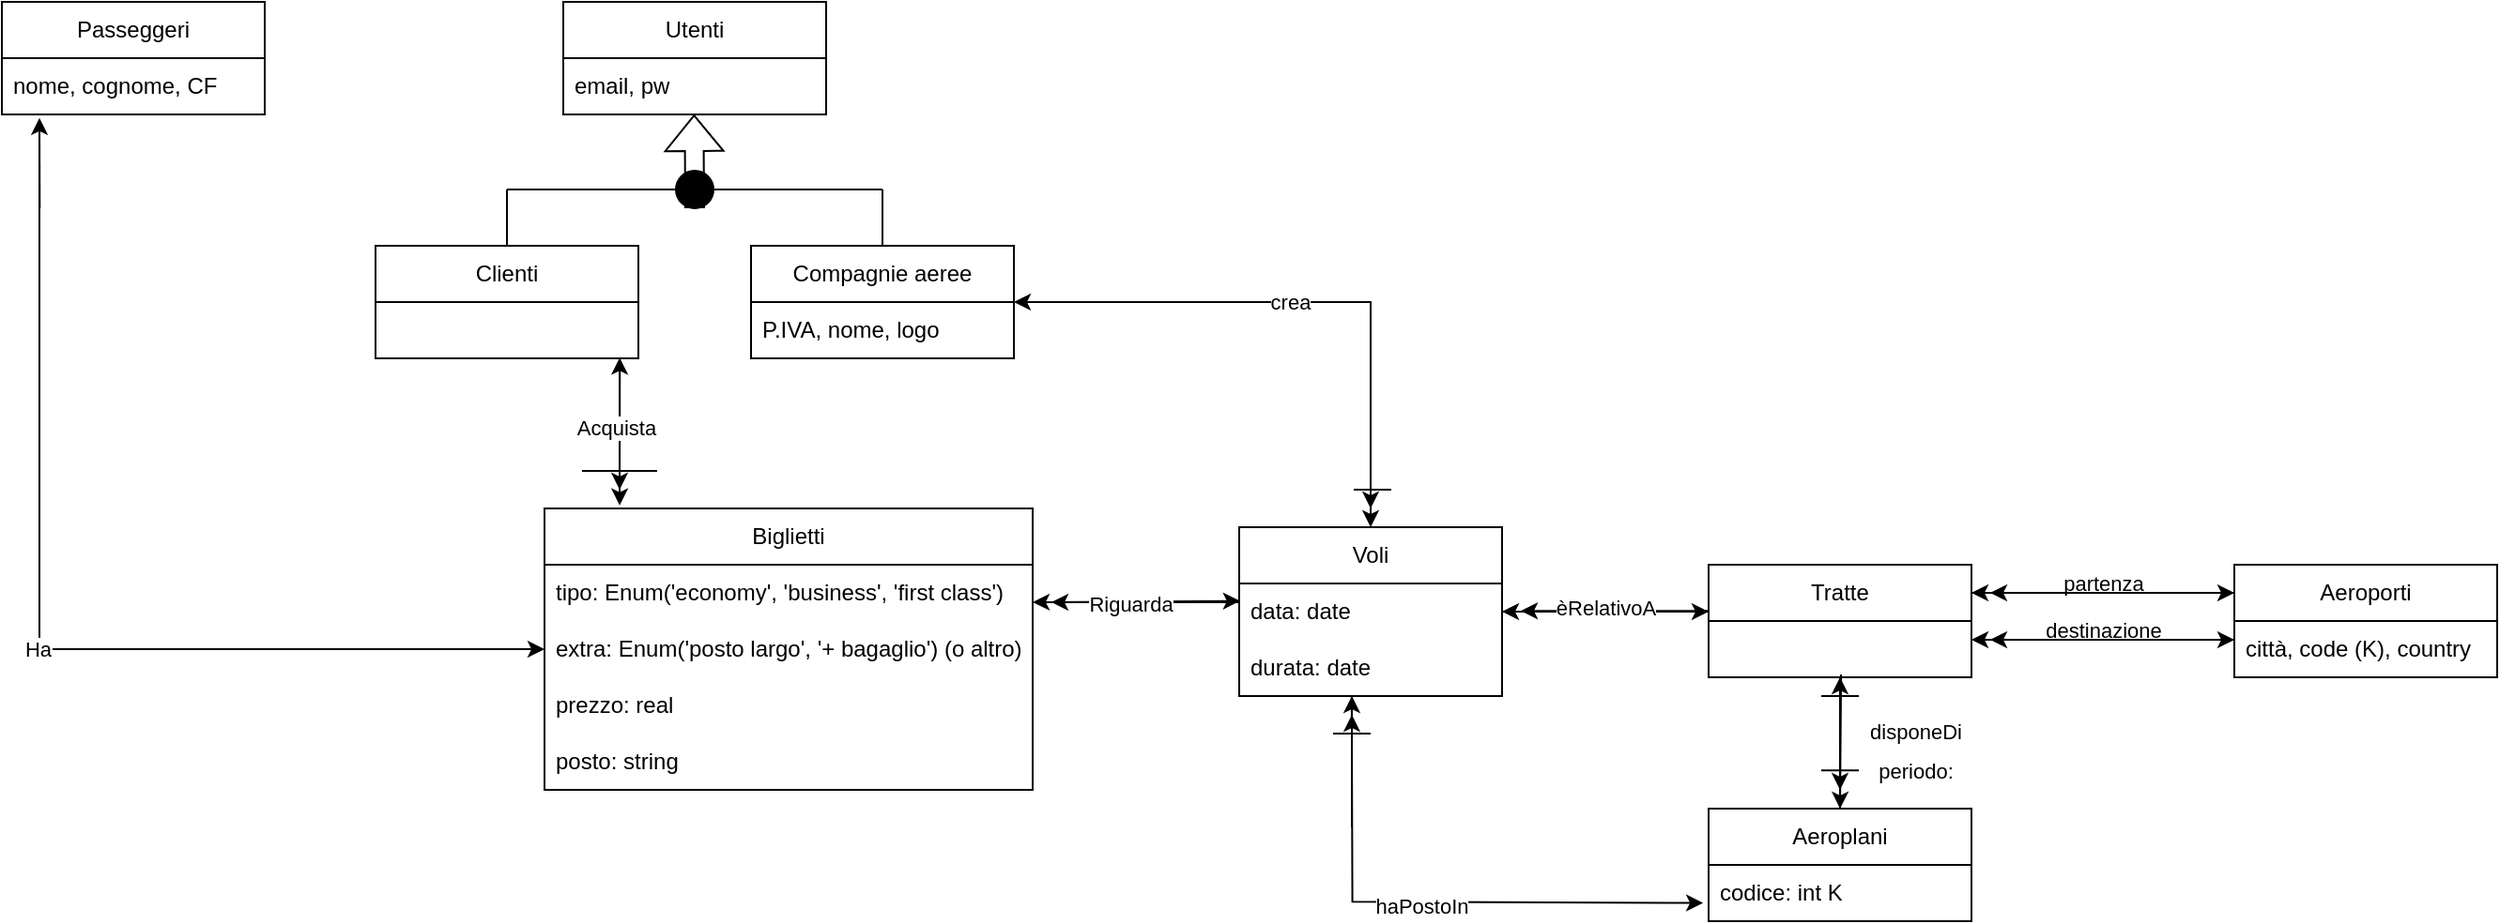
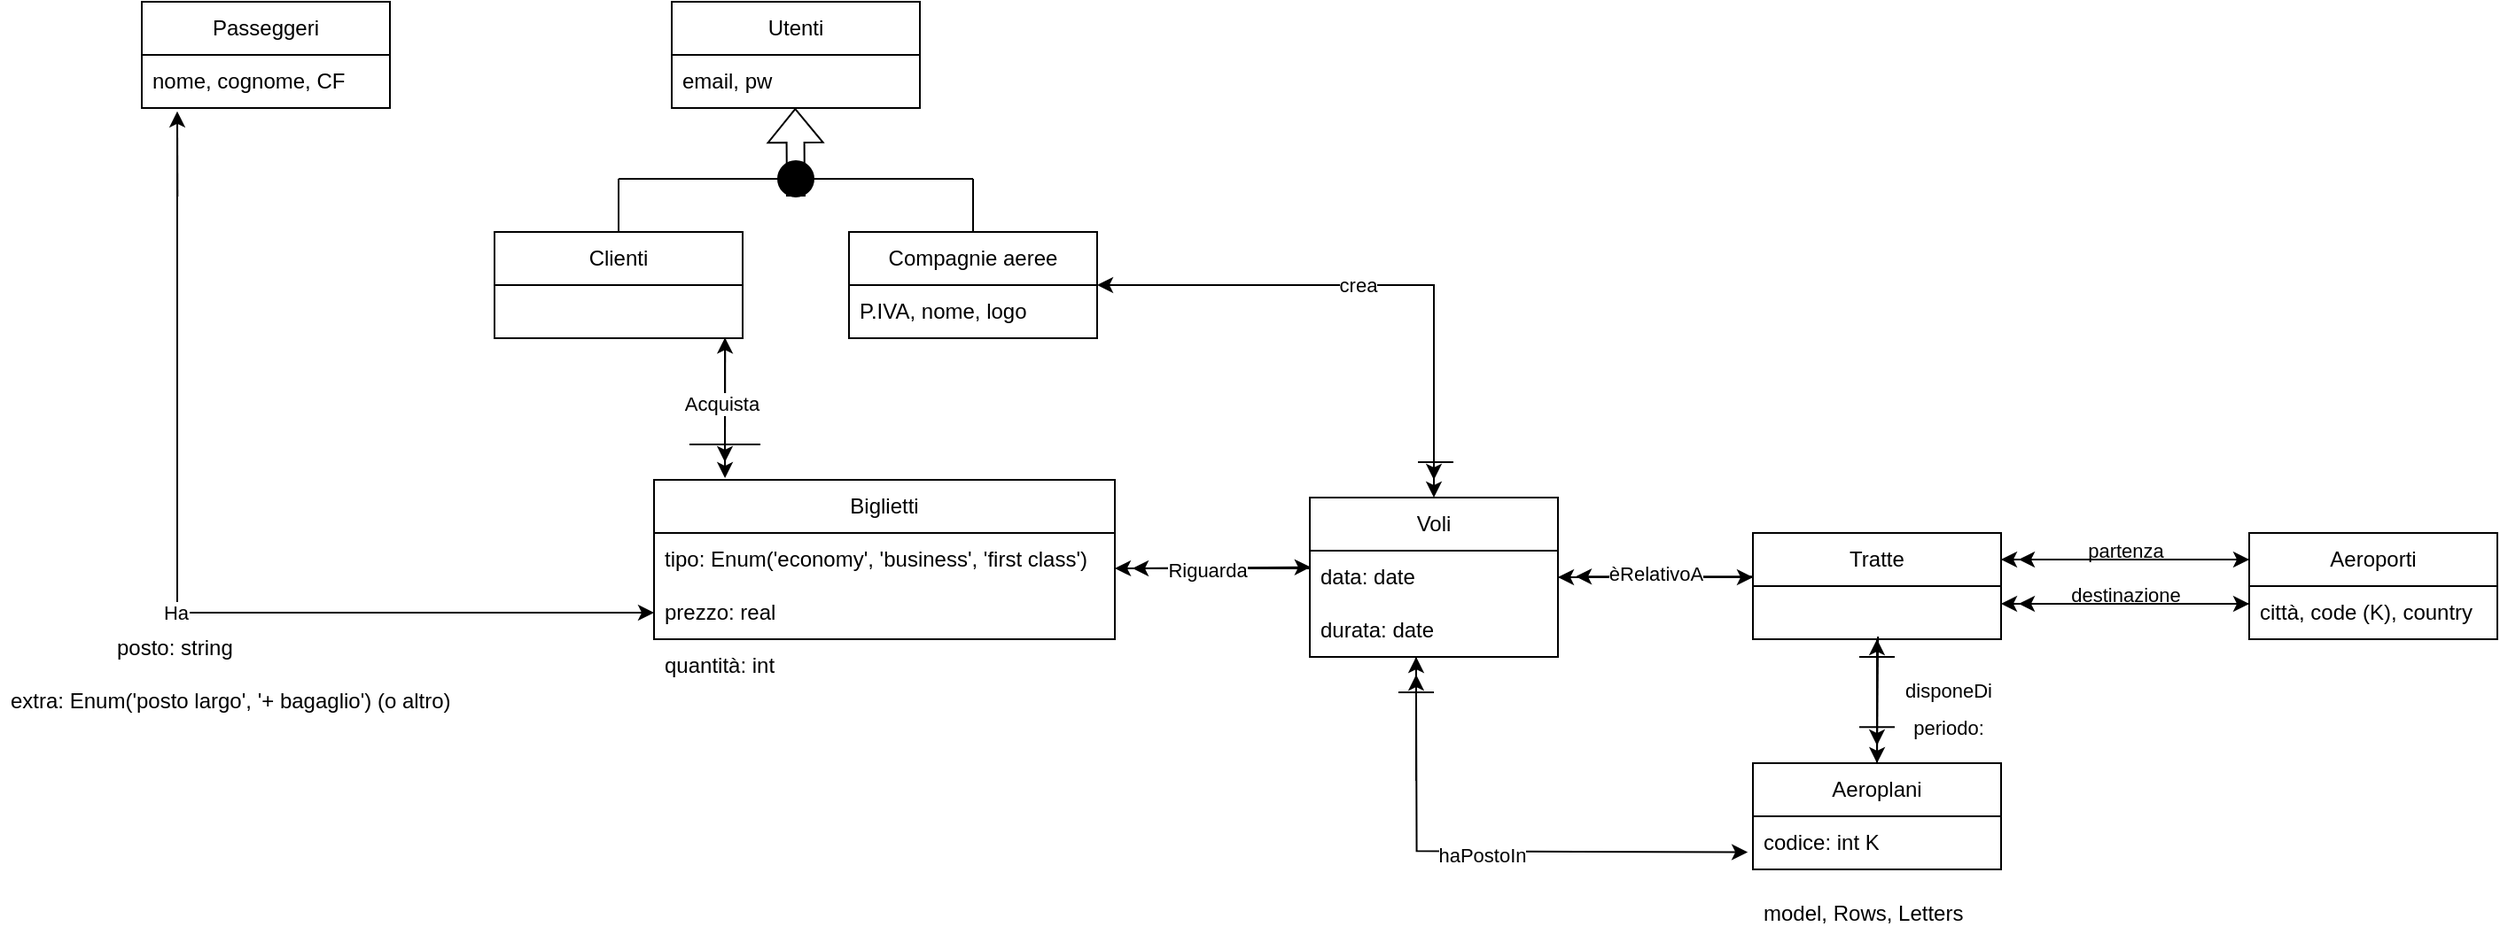
<mxfile host="65bd71144e">
    <diagram name="Pagina-1" id="Y2F9K8NCZ-bAOCw_idQH">
-         <mxGraphModel dx="1955" dy="1866" grid="1" gridSize="10" guides="1" tooltips="1" connect="1" arrows="1" fold="1" page="1" pageScale="1" pageWidth="1169" pageHeight="827" background="none" math="0" shadow="0">
+         <mxGraphModel dx="3238" dy="2032" grid="1" gridSize="10" guides="1" tooltips="1" connect="1" arrows="1" fold="1" page="1" pageScale="1" pageWidth="1169" pageHeight="827" background="none" math="0" shadow="0">
            <root>
                <mxCell id="0"/>
                <mxCell id="1" parent="0"/>
                <mxCell id="_ETjs5SsKa_0tdBlZnar-3" value="Utenti" style="swimlane;fontStyle=0;childLayout=stackLayout;horizontal=1;startSize=30;horizontalStack=0;resizeParent=1;resizeParentMax=0;resizeLast=0;collapsible=1;marginBottom=0;whiteSpace=wrap;html=1;" parent="1" vertex="1">
                    <mxGeometry x="119" y="-1600" width="140" height="60" as="geometry"/>
                </mxCell>
                <mxCell id="_ETjs5SsKa_0tdBlZnar-4" value="email, pw" style="text;strokeColor=none;fillColor=none;align=left;verticalAlign=middle;spacingLeft=4;spacingRight=4;overflow=hidden;points=[[0,0.5],[1,0.5]];portConstraint=eastwest;rotatable=0;whiteSpace=wrap;html=1;" parent="_ETjs5SsKa_0tdBlZnar-3" vertex="1">
                    <mxGeometry y="30" width="140" height="30" as="geometry"/>
                </mxCell>
                <mxCell id="_ETjs5SsKa_0tdBlZnar-15" value="Clienti" style="swimlane;fontStyle=0;childLayout=stackLayout;horizontal=1;startSize=30;horizontalStack=0;resizeParent=1;resizeParentMax=0;resizeLast=0;collapsible=1;marginBottom=0;whiteSpace=wrap;html=1;" parent="1" vertex="1">
                    <mxGeometry x="19" y="-1470" width="140" height="60" as="geometry"/>
                </mxCell>
                <mxCell id="_ETjs5SsKa_0tdBlZnar-17" value="Compagnie aeree" style="swimlane;fontStyle=0;childLayout=stackLayout;horizontal=1;startSize=30;horizontalStack=0;resizeParent=1;resizeParentMax=0;resizeLast=0;collapsible=1;marginBottom=0;whiteSpace=wrap;html=1;" parent="1" vertex="1">
                    <mxGeometry x="219" y="-1470" width="140" height="60" as="geometry"/>
                </mxCell>
                <mxCell id="_ETjs5SsKa_0tdBlZnar-18" value="P.IVA, nome, logo" style="text;strokeColor=none;fillColor=none;align=left;verticalAlign=middle;spacingLeft=4;spacingRight=4;overflow=hidden;points=[[0,0.5],[1,0.5]];portConstraint=eastwest;rotatable=0;whiteSpace=wrap;html=1;" parent="_ETjs5SsKa_0tdBlZnar-17" vertex="1">
                    <mxGeometry y="30" width="140" height="30" as="geometry"/>
                </mxCell>
                <mxCell id="_ETjs5SsKa_0tdBlZnar-19" value="Tratte" style="swimlane;fontStyle=0;childLayout=stackLayout;horizontal=1;startSize=30;horizontalStack=0;resizeParent=1;resizeParentMax=0;resizeLast=0;collapsible=1;marginBottom=0;whiteSpace=wrap;html=1;" parent="1" vertex="1">
                    <mxGeometry x="729" y="-1300" width="140" height="60" as="geometry"/>
                </mxCell>
                <mxCell id="_ETjs5SsKa_0tdBlZnar-21" value="Aeroplani" style="swimlane;fontStyle=0;childLayout=stackLayout;horizontal=1;startSize=30;horizontalStack=0;resizeParent=1;resizeParentMax=0;resizeLast=0;collapsible=1;marginBottom=0;whiteSpace=wrap;html=1;" parent="1" vertex="1">
                    <mxGeometry x="729" y="-1170" width="140" height="60" as="geometry"/>
                </mxCell>
                <mxCell id="_ETjs5SsKa_0tdBlZnar-22" value="codice: int K" style="text;strokeColor=none;fillColor=none;align=left;verticalAlign=middle;spacingLeft=4;spacingRight=4;overflow=hidden;points=[[0,0.5],[1,0.5]];portConstraint=eastwest;rotatable=0;whiteSpace=wrap;html=1;" parent="_ETjs5SsKa_0tdBlZnar-21" vertex="1">
                    <mxGeometry y="30" width="140" height="30" as="geometry"/>
                </mxCell>
                <mxCell id="_ETjs5SsKa_0tdBlZnar-23" value="Aeroporti" style="swimlane;fontStyle=0;childLayout=stackLayout;horizontal=1;startSize=30;horizontalStack=0;resizeParent=1;resizeParentMax=0;resizeLast=0;collapsible=1;marginBottom=0;whiteSpace=wrap;html=1;" parent="1" vertex="1">
                    <mxGeometry x="1009" y="-1300" width="140" height="60" as="geometry"/>
                </mxCell>
                <mxCell id="_ETjs5SsKa_0tdBlZnar-24" value="città, code (K), country" style="text;strokeColor=none;fillColor=none;align=left;verticalAlign=middle;spacingLeft=4;spacingRight=4;overflow=hidden;points=[[0,0.5],[1,0.5]];portConstraint=eastwest;rotatable=0;whiteSpace=wrap;html=1;" parent="_ETjs5SsKa_0tdBlZnar-23" vertex="1">
                    <mxGeometry y="30" width="140" height="30" as="geometry"/>
                </mxCell>
                <mxCell id="_ETjs5SsKa_0tdBlZnar-25" value="" style="endArrow=classic;html=1;rounded=0;exitX=1;exitY=0.25;exitDx=0;exitDy=0;entryX=0;entryY=0.25;entryDx=0;entryDy=0;" parent="1" source="_ETjs5SsKa_0tdBlZnar-19" target="_ETjs5SsKa_0tdBlZnar-23" edge="1">
                    <mxGeometry width="50" height="50" relative="1" as="geometry">
                        <mxPoint x="709" y="-1000" as="sourcePoint"/>
                        <mxPoint x="759" y="-1050" as="targetPoint"/>
                    </mxGeometry>
                </mxCell>
                <mxCell id="_ETjs5SsKa_0tdBlZnar-27" value="" style="endArrow=classic;html=1;rounded=0;entryX=1;entryY=0.25;entryDx=0;entryDy=0;exitX=0;exitY=0.25;exitDx=0;exitDy=0;" parent="1" source="_ETjs5SsKa_0tdBlZnar-23" target="_ETjs5SsKa_0tdBlZnar-19" edge="1">
                    <mxGeometry width="50" height="50" relative="1" as="geometry">
                        <mxPoint x="709" y="-1000" as="sourcePoint"/>
                        <mxPoint x="759" y="-1050" as="targetPoint"/>
                    </mxGeometry>
                </mxCell>
                <mxCell id="_ETjs5SsKa_0tdBlZnar-28" value="partenza" style="edgeLabel;html=1;align=center;verticalAlign=middle;resizable=0;points=[];" parent="_ETjs5SsKa_0tdBlZnar-27" vertex="1" connectable="0">
                    <mxGeometry x="0.0872" y="2" relative="1" as="geometry">
                        <mxPoint x="6" y="-7" as="offset"/>
                    </mxGeometry>
                </mxCell>
                <mxCell id="_ETjs5SsKa_0tdBlZnar-29" value="" style="endArrow=classic;html=1;rounded=0;exitX=0;exitY=0.25;exitDx=0;exitDy=0;" parent="1" source="_ETjs5SsKa_0tdBlZnar-23" edge="1">
                    <mxGeometry width="50" height="50" relative="1" as="geometry">
                        <mxPoint x="709" y="-1000" as="sourcePoint"/>
                        <mxPoint x="879" y="-1285" as="targetPoint"/>
                    </mxGeometry>
                </mxCell>
                <mxCell id="_ETjs5SsKa_0tdBlZnar-30" value="" style="endArrow=classic;html=1;rounded=0;entryX=1;entryY=0.25;entryDx=0;entryDy=0;exitX=0;exitY=0.25;exitDx=0;exitDy=0;" parent="1" edge="1">
                    <mxGeometry width="50" height="50" relative="1" as="geometry">
                        <mxPoint x="1009" y="-1260" as="sourcePoint"/>
                        <mxPoint x="869" y="-1260" as="targetPoint"/>
                    </mxGeometry>
                </mxCell>
                <mxCell id="_ETjs5SsKa_0tdBlZnar-31" value="destinazione" style="edgeLabel;html=1;align=center;verticalAlign=middle;resizable=0;points=[];" parent="_ETjs5SsKa_0tdBlZnar-30" vertex="1" connectable="0">
                    <mxGeometry x="0.0872" y="2" relative="1" as="geometry">
                        <mxPoint x="6" y="-7" as="offset"/>
                    </mxGeometry>
                </mxCell>
                <mxCell id="_ETjs5SsKa_0tdBlZnar-32" value="" style="endArrow=classic;html=1;rounded=0;exitX=0;exitY=0.25;exitDx=0;exitDy=0;" parent="1" edge="1">
                    <mxGeometry width="50" height="50" relative="1" as="geometry">
                        <mxPoint x="1009" y="-1260" as="sourcePoint"/>
                        <mxPoint x="879" y="-1260" as="targetPoint"/>
                    </mxGeometry>
                </mxCell>
                <mxCell id="_ETjs5SsKa_0tdBlZnar-33" value="" style="endArrow=classic;html=1;rounded=0;exitX=1.007;exitY=0.333;exitDx=0;exitDy=0;exitPerimeter=0;" parent="1" edge="1">
                    <mxGeometry width="50" height="50" relative="1" as="geometry">
                        <mxPoint x="869.9799999999998" y="-1260.0100000000002" as="sourcePoint"/>
                        <mxPoint x="1009" y="-1260" as="targetPoint"/>
                    </mxGeometry>
                </mxCell>
                <mxCell id="_ETjs5SsKa_0tdBlZnar-34" value="" style="endArrow=classic;html=1;rounded=0;exitX=0.504;exitY=0.951;exitDx=0;exitDy=0;exitPerimeter=0;entryX=0.5;entryY=0;entryDx=0;entryDy=0;" parent="1" target="_ETjs5SsKa_0tdBlZnar-21" edge="1">
                    <mxGeometry width="50" height="50" relative="1" as="geometry">
                        <mxPoint x="799.56" y="-1241.47" as="sourcePoint"/>
                        <mxPoint x="719" y="-1050" as="targetPoint"/>
                    </mxGeometry>
                </mxCell>
                <mxCell id="_ETjs5SsKa_0tdBlZnar-36" value="" style="endArrow=classic;html=1;rounded=0;" parent="1" edge="1">
                    <mxGeometry width="50" height="50" relative="1" as="geometry">
                        <mxPoint x="799" y="-1240" as="sourcePoint"/>
                        <mxPoint x="799" y="-1180" as="targetPoint"/>
                    </mxGeometry>
                </mxCell>
                <mxCell id="_ETjs5SsKa_0tdBlZnar-38" value="disponeDi" style="edgeLabel;html=1;align=center;verticalAlign=middle;resizable=0;points=[];" parent="_ETjs5SsKa_0tdBlZnar-36" vertex="1" connectable="0">
                    <mxGeometry x="-0.0573" y="1" relative="1" as="geometry">
                        <mxPoint x="39" as="offset"/>
                    </mxGeometry>
                </mxCell>
                <mxCell id="_ETjs5SsKa_0tdBlZnar-40" value="periodo:" style="edgeLabel;html=1;align=center;verticalAlign=middle;resizable=0;points=[];" parent="1" vertex="1" connectable="0">
                    <mxGeometry x="839" y="-1190.0048717948719" as="geometry"/>
                </mxCell>
                <mxCell id="_ETjs5SsKa_0tdBlZnar-41" value="" style="endArrow=classic;html=1;rounded=0;" parent="1" edge="1">
                    <mxGeometry width="50" height="50" relative="1" as="geometry">
                        <mxPoint x="799" y="-1170" as="sourcePoint"/>
                        <mxPoint x="799" y="-1240" as="targetPoint"/>
                    </mxGeometry>
                </mxCell>
                <mxCell id="_ETjs5SsKa_0tdBlZnar-42" value="Voli" style="swimlane;fontStyle=0;childLayout=stackLayout;horizontal=1;startSize=30;horizontalStack=0;resizeParent=1;resizeParentMax=0;resizeLast=0;collapsible=1;marginBottom=0;whiteSpace=wrap;html=1;" parent="1" vertex="1">
                    <mxGeometry x="479" y="-1320" width="140" height="90" as="geometry"/>
                </mxCell>
                <mxCell id="_ETjs5SsKa_0tdBlZnar-43" value="data: date" style="text;strokeColor=none;fillColor=none;align=left;verticalAlign=middle;spacingLeft=4;spacingRight=4;overflow=hidden;points=[[0,0.5],[1,0.5]];portConstraint=eastwest;rotatable=0;whiteSpace=wrap;html=1;" parent="_ETjs5SsKa_0tdBlZnar-42" vertex="1">
                    <mxGeometry y="30" width="140" height="30" as="geometry"/>
                </mxCell>
                <mxCell id="_ETjs5SsKa_0tdBlZnar-66" value="durata: date" style="text;strokeColor=none;fillColor=none;align=left;verticalAlign=middle;spacingLeft=4;spacingRight=4;overflow=hidden;points=[[0,0.5],[1,0.5]];portConstraint=eastwest;rotatable=0;whiteSpace=wrap;html=1;" parent="_ETjs5SsKa_0tdBlZnar-42" vertex="1">
                    <mxGeometry y="60" width="140" height="30" as="geometry"/>
                </mxCell>
                <mxCell id="_ETjs5SsKa_0tdBlZnar-46" value="Biglietti" style="swimlane;fontStyle=0;childLayout=stackLayout;horizontal=1;startSize=30;horizontalStack=0;resizeParent=1;resizeParentMax=0;resizeLast=0;collapsible=1;marginBottom=0;whiteSpace=wrap;html=1;" parent="1" vertex="1">
-                     <mxGeometry x="109" y="-1330" width="260" height="150" as="geometry"/>
+                     <mxGeometry x="109" y="-1330" width="260" height="90" as="geometry"/>
                </mxCell>
                <mxCell id="Bv-jkNyQtQAfHgGsfsne-6" value="tipo: Enum(&#39;economy&#39;, &#39;business&#39;, &#39;first class&#39;)" style="text;strokeColor=none;fillColor=none;align=left;verticalAlign=middle;spacingLeft=4;spacingRight=4;overflow=hidden;points=[[0,0.5],[1,0.5]];portConstraint=eastwest;rotatable=0;whiteSpace=wrap;html=1;" parent="_ETjs5SsKa_0tdBlZnar-46" vertex="1">
                    <mxGeometry y="30" width="260" height="30" as="geometry"/>
                </mxCell>
-                 <mxCell id="_ETjs5SsKa_0tdBlZnar-47" value="extra: Enum(&#39;posto largo&#39;, &#39;+ bagaglio&#39;) (o altro)" style="text;strokeColor=none;fillColor=none;align=left;verticalAlign=middle;spacingLeft=4;spacingRight=4;overflow=hidden;points=[[0,0.5],[1,0.5]];portConstraint=eastwest;rotatable=0;whiteSpace=wrap;html=1;" parent="_ETjs5SsKa_0tdBlZnar-46" vertex="1">
+                 <mxCell id="EdjyHUfcLkRTV670vATM-4" value="prezzo: real" style="text;strokeColor=none;fillColor=none;align=left;verticalAlign=middle;spacingLeft=4;spacingRight=4;overflow=hidden;points=[[0,0.5],[1,0.5]];portConstraint=eastwest;rotatable=0;whiteSpace=wrap;html=1;" parent="_ETjs5SsKa_0tdBlZnar-46" vertex="1">
                    <mxGeometry y="60" width="260" height="30" as="geometry"/>
-                 </mxCell>
-                 <mxCell id="EdjyHUfcLkRTV670vATM-4" value="prezzo: real" style="text;strokeColor=none;fillColor=none;align=left;verticalAlign=middle;spacingLeft=4;spacingRight=4;overflow=hidden;points=[[0,0.5],[1,0.5]];portConstraint=eastwest;rotatable=0;whiteSpace=wrap;html=1;" parent="_ETjs5SsKa_0tdBlZnar-46" vertex="1">
-                     <mxGeometry y="90" width="260" height="30" as="geometry"/>
-                 </mxCell>
-                 <mxCell id="EdjyHUfcLkRTV670vATM-5" value="posto: string" style="text;strokeColor=none;fillColor=none;align=left;verticalAlign=middle;spacingLeft=4;spacingRight=4;overflow=hidden;points=[[0,0.5],[1,0.5]];portConstraint=eastwest;rotatable=0;whiteSpace=wrap;html=1;" parent="_ETjs5SsKa_0tdBlZnar-46" vertex="1">
-                     <mxGeometry y="120" width="260" height="30" as="geometry"/>
                </mxCell>
                <mxCell id="_ETjs5SsKa_0tdBlZnar-62" value="" style="endArrow=classic;html=1;rounded=0;exitX=1;exitY=0.5;exitDx=0;exitDy=0;" parent="1" source="_ETjs5SsKa_0tdBlZnar-43" edge="1">
                    <mxGeometry width="50" height="50" relative="1" as="geometry">
                        <mxPoint x="549" y="-1210" as="sourcePoint"/>
                        <mxPoint x="729" y="-1275" as="targetPoint"/>
                    </mxGeometry>
                </mxCell>
                <mxCell id="_ETjs5SsKa_0tdBlZnar-63" value="" style="endArrow=classic;html=1;rounded=0;entryX=1;entryY=0.5;entryDx=0;entryDy=0;" parent="1" target="_ETjs5SsKa_0tdBlZnar-43" edge="1">
                    <mxGeometry width="50" height="50" relative="1" as="geometry">
                        <mxPoint x="729" y="-1275" as="sourcePoint"/>
                        <mxPoint x="549" y="-1230" as="targetPoint"/>
                    </mxGeometry>
                </mxCell>
                <mxCell id="_ETjs5SsKa_0tdBlZnar-64" value="" style="endArrow=classic;html=1;rounded=0;" parent="1" edge="1">
                    <mxGeometry width="50" height="50" relative="1" as="geometry">
                        <mxPoint x="729" y="-1275.4" as="sourcePoint"/>
                        <mxPoint x="629" y="-1275.4" as="targetPoint"/>
                    </mxGeometry>
                </mxCell>
                <mxCell id="_ETjs5SsKa_0tdBlZnar-65" value="èRelativoA" style="edgeLabel;html=1;align=center;verticalAlign=middle;resizable=0;points=[];" parent="_ETjs5SsKa_0tdBlZnar-64" vertex="1" connectable="0">
                    <mxGeometry x="0.0974" y="-2" relative="1" as="geometry">
                        <mxPoint as="offset"/>
                    </mxGeometry>
                </mxCell>
                <mxCell id="_ETjs5SsKa_0tdBlZnar-67" value="" style="shape=flexArrow;endArrow=classic;html=1;rounded=0;exitX=0.5;exitY=1;exitDx=0;exitDy=0;" parent="1" source="_ETjs5SsKa_0tdBlZnar-71" edge="1">
                    <mxGeometry width="50" height="50" relative="1" as="geometry">
                        <mxPoint x="189" y="-1500" as="sourcePoint"/>
                        <mxPoint x="188.67000000000002" y="-1540" as="targetPoint"/>
                    </mxGeometry>
                </mxCell>
                <mxCell id="_ETjs5SsKa_0tdBlZnar-68" value="" style="endArrow=none;html=1;rounded=0;" parent="1" source="_ETjs5SsKa_0tdBlZnar-71" edge="1">
                    <mxGeometry width="50" height="50" relative="1" as="geometry">
                        <mxPoint x="89" y="-1500" as="sourcePoint"/>
                        <mxPoint x="289" y="-1500" as="targetPoint"/>
                    </mxGeometry>
                </mxCell>
                <mxCell id="_ETjs5SsKa_0tdBlZnar-69" value="" style="endArrow=none;html=1;rounded=0;entryX=0.5;entryY=0;entryDx=0;entryDy=0;" parent="1" target="_ETjs5SsKa_0tdBlZnar-15" edge="1">
                    <mxGeometry width="50" height="50" relative="1" as="geometry">
                        <mxPoint x="89" y="-1500" as="sourcePoint"/>
                        <mxPoint x="299" y="-1490" as="targetPoint"/>
                    </mxGeometry>
                </mxCell>
                <mxCell id="_ETjs5SsKa_0tdBlZnar-70" value="" style="endArrow=none;html=1;rounded=0;entryX=0.5;entryY=0;entryDx=0;entryDy=0;" parent="1" target="_ETjs5SsKa_0tdBlZnar-17" edge="1">
                    <mxGeometry width="50" height="50" relative="1" as="geometry">
                        <mxPoint x="289" y="-1500" as="sourcePoint"/>
                        <mxPoint x="309" y="-1480" as="targetPoint"/>
                    </mxGeometry>
                </mxCell>
                <mxCell id="_ETjs5SsKa_0tdBlZnar-73" value="" style="shape=flexArrow;endArrow=classic;html=1;rounded=0;" parent="1" target="_ETjs5SsKa_0tdBlZnar-71" edge="1">
                    <mxGeometry width="50" height="50" relative="1" as="geometry">
                        <mxPoint x="189" y="-1500" as="sourcePoint"/>
                        <mxPoint x="188.67000000000002" y="-1540" as="targetPoint"/>
                    </mxGeometry>
                </mxCell>
                <mxCell id="_ETjs5SsKa_0tdBlZnar-74" value="" style="endArrow=none;html=1;rounded=0;" parent="1" target="_ETjs5SsKa_0tdBlZnar-71" edge="1">
                    <mxGeometry width="50" height="50" relative="1" as="geometry">
                        <mxPoint x="89" y="-1500" as="sourcePoint"/>
                        <mxPoint x="289" y="-1500" as="targetPoint"/>
                    </mxGeometry>
                </mxCell>
                <mxCell id="_ETjs5SsKa_0tdBlZnar-71" value="" style="ellipse;whiteSpace=wrap;html=1;aspect=fixed;strokeColor=#000000;fillColor=#000000;" parent="1" vertex="1">
                    <mxGeometry x="179" y="-1510" width="20" height="20" as="geometry"/>
                </mxCell>
                <mxCell id="_ETjs5SsKa_0tdBlZnar-85" value="" style="endArrow=classic;html=1;rounded=0;exitX=0.426;exitY=1.011;exitDx=0;exitDy=0;exitPerimeter=0;entryX=-0.021;entryY=0.675;entryDx=0;entryDy=0;entryPerimeter=0;" parent="1" target="_ETjs5SsKa_0tdBlZnar-22" edge="1">
                    <mxGeometry width="50" height="50" relative="1" as="geometry">
                        <mxPoint x="538.92" y="-1230" as="sourcePoint"/>
                        <mxPoint x="729" y="-1118.67" as="targetPoint"/>
                        <Array as="points">
                            <mxPoint x="539.28" y="-1120.33"/>
                        </Array>
                    </mxGeometry>
                </mxCell>
                <mxCell id="_ETjs5SsKa_0tdBlZnar-86" value="haPostoIn" style="edgeLabel;html=1;align=center;verticalAlign=middle;resizable=0;points=[];" parent="_ETjs5SsKa_0tdBlZnar-85" vertex="1" connectable="0">
                    <mxGeometry x="-0.0113" y="-2" relative="1" as="geometry">
                        <mxPoint as="offset"/>
                    </mxGeometry>
                </mxCell>
                <mxCell id="_ETjs5SsKa_0tdBlZnar-88" value="" style="endArrow=classic;html=1;rounded=0;" parent="1" edge="1">
                    <mxGeometry width="50" height="50" relative="1" as="geometry">
                        <mxPoint x="539" y="-1170" as="sourcePoint"/>
                        <mxPoint x="539" y="-1230" as="targetPoint"/>
                    </mxGeometry>
                </mxCell>
                <mxCell id="_ETjs5SsKa_0tdBlZnar-89" value="" style="endArrow=classic;html=1;rounded=0;" parent="1" edge="1">
                    <mxGeometry width="50" height="50" relative="1" as="geometry">
                        <mxPoint x="539" y="-1160" as="sourcePoint"/>
                        <mxPoint x="539" y="-1220" as="targetPoint"/>
                    </mxGeometry>
                </mxCell>
                <mxCell id="hUyTWg2xCONPmjfaOem0-3" value="" style="endArrow=classic;startArrow=classic;html=1;rounded=0;exitX=0.154;exitY=-0.011;exitDx=0;exitDy=0;exitPerimeter=0;entryX=0.929;entryY=0.989;entryDx=0;entryDy=0;entryPerimeter=0;" parent="1" source="_ETjs5SsKa_0tdBlZnar-46" edge="1">
                    <mxGeometry width="50" height="50" relative="1" as="geometry">
                        <mxPoint x="289" y="-1260" as="sourcePoint"/>
                        <mxPoint x="149.05999999999995" y="-1410.33" as="targetPoint"/>
                    </mxGeometry>
                </mxCell>
                <mxCell id="hUyTWg2xCONPmjfaOem0-9" value="" style="endArrow=classic;html=1;rounded=0;exitX=0.929;exitY=1;exitDx=0;exitDy=0;exitPerimeter=0;" parent="1" edge="1">
                    <mxGeometry width="50" height="50" relative="1" as="geometry">
                        <mxPoint x="149.05999999999995" y="-1410" as="sourcePoint"/>
                        <mxPoint x="149" y="-1340" as="targetPoint"/>
                    </mxGeometry>
                </mxCell>
                <mxCell id="Bv-jkNyQtQAfHgGsfsne-1" value="Acquista" style="edgeLabel;html=1;align=center;verticalAlign=middle;resizable=0;points=[];" parent="hUyTWg2xCONPmjfaOem0-9" vertex="1" connectable="0">
                    <mxGeometry x="0.0517" y="-2" relative="1" as="geometry">
                        <mxPoint as="offset"/>
                    </mxGeometry>
                </mxCell>
                <mxCell id="Bv-jkNyQtQAfHgGsfsne-2" value="" style="endArrow=classic;startArrow=classic;html=1;rounded=0;entryX=0.003;entryY=0.31;entryDx=0;entryDy=0;entryPerimeter=0;" parent="1" target="_ETjs5SsKa_0tdBlZnar-43" edge="1">
                    <mxGeometry width="50" height="50" relative="1" as="geometry">
                        <mxPoint x="369" y="-1280" as="sourcePoint"/>
                        <mxPoint x="419" y="-1330" as="targetPoint"/>
                    </mxGeometry>
                </mxCell>
                <mxCell id="Bv-jkNyQtQAfHgGsfsne-3" value="" style="endArrow=classic;html=1;rounded=0;" parent="1" edge="1">
                    <mxGeometry width="50" height="50" relative="1" as="geometry">
                        <mxPoint x="479" y="-1280" as="sourcePoint"/>
                        <mxPoint x="379" y="-1280" as="targetPoint"/>
                    </mxGeometry>
                </mxCell>
                <mxCell id="Bv-jkNyQtQAfHgGsfsne-4" value="Riguarda" style="edgeLabel;html=1;align=center;verticalAlign=middle;resizable=0;points=[];" parent="Bv-jkNyQtQAfHgGsfsne-3" vertex="1" connectable="0">
                    <mxGeometry x="0.16" y="1" relative="1" as="geometry">
                        <mxPoint as="offset"/>
                    </mxGeometry>
                </mxCell>
                <mxCell id="EdjyHUfcLkRTV670vATM-6" value="" style="endArrow=none;html=1;rounded=0;" parent="1" edge="1">
                    <mxGeometry width="50" height="50" relative="1" as="geometry">
                        <mxPoint x="129" y="-1350" as="sourcePoint"/>
                        <mxPoint x="169" y="-1350" as="targetPoint"/>
                    </mxGeometry>
                </mxCell>
                <mxCell id="EdjyHUfcLkRTV670vATM-8" value="" style="endArrow=none;html=1;rounded=0;" parent="1" edge="1">
                    <mxGeometry width="50" height="50" relative="1" as="geometry">
                        <mxPoint x="529" y="-1210" as="sourcePoint"/>
                        <mxPoint x="549" y="-1210" as="targetPoint"/>
                    </mxGeometry>
                </mxCell>
                <mxCell id="EdjyHUfcLkRTV670vATM-9" value="" style="endArrow=none;html=1;rounded=0;" parent="1" edge="1">
                    <mxGeometry width="50" height="50" relative="1" as="geometry">
                        <mxPoint x="809" y="-1230" as="sourcePoint"/>
                        <mxPoint x="789" y="-1230" as="targetPoint"/>
                    </mxGeometry>
                </mxCell>
                <mxCell id="EdjyHUfcLkRTV670vATM-10" value="" style="endArrow=none;html=1;rounded=0;" parent="1" edge="1">
                    <mxGeometry width="50" height="50" relative="1" as="geometry">
                        <mxPoint x="809" y="-1190.3400000000001" as="sourcePoint"/>
                        <mxPoint x="789" y="-1190.3400000000001" as="targetPoint"/>
                    </mxGeometry>
                </mxCell>
                <mxCell id="EdjyHUfcLkRTV670vATM-13" value="" style="endArrow=classic;startArrow=classic;html=1;rounded=0;exitX=1;exitY=0.5;exitDx=0;exitDy=0;entryX=0.5;entryY=0;entryDx=0;entryDy=0;" parent="1" source="_ETjs5SsKa_0tdBlZnar-17" target="_ETjs5SsKa_0tdBlZnar-42" edge="1">
                    <mxGeometry width="50" height="50" relative="1" as="geometry">
                        <mxPoint x="620" y="-1330" as="sourcePoint"/>
                        <mxPoint x="670" y="-1380" as="targetPoint"/>
                        <Array as="points">
                            <mxPoint x="549" y="-1440"/>
                        </Array>
                    </mxGeometry>
                </mxCell>
                <mxCell id="EdjyHUfcLkRTV670vATM-15" value="crea" style="edgeLabel;html=1;align=center;verticalAlign=middle;resizable=0;points=[];" parent="EdjyHUfcLkRTV670vATM-13" connectable="0" vertex="1">
                    <mxGeometry x="-0.0562" relative="1" as="geometry">
                        <mxPoint as="offset"/>
                    </mxGeometry>
                </mxCell>
                <mxCell id="EdjyHUfcLkRTV670vATM-14" value="" style="endArrow=classic;html=1;rounded=0;" parent="1" edge="1">
                    <mxGeometry width="50" height="50" relative="1" as="geometry">
                        <mxPoint x="549" y="-1410" as="sourcePoint"/>
                        <mxPoint x="549" y="-1330" as="targetPoint"/>
                    </mxGeometry>
                </mxCell>
                <mxCell id="EdjyHUfcLkRTV670vATM-16" value="" style="endArrow=none;html=1;rounded=0;" parent="1" edge="1">
                    <mxGeometry width="50" height="50" relative="1" as="geometry">
                        <mxPoint x="540" y="-1340" as="sourcePoint"/>
                        <mxPoint x="560" y="-1340" as="targetPoint"/>
                    </mxGeometry>
                </mxCell>
                <mxCell id="11" value="Passeggeri" style="swimlane;fontStyle=0;childLayout=stackLayout;horizontal=1;startSize=30;horizontalStack=0;resizeParent=1;resizeParentMax=0;resizeLast=0;collapsible=1;marginBottom=0;whiteSpace=wrap;html=1;" parent="1" vertex="1">
                    <mxGeometry x="-180" y="-1600" width="140" height="60" as="geometry"/>
                </mxCell>
                <mxCell id="12" value="&lt;span style=&quot;color: rgb(0, 0, 0);&quot;&gt;nome, cognome, CF&lt;/span&gt;" style="text;strokeColor=none;fillColor=none;align=left;verticalAlign=middle;spacingLeft=4;spacingRight=4;overflow=hidden;points=[[0,0.5],[1,0.5]];portConstraint=eastwest;rotatable=0;whiteSpace=wrap;html=1;" parent="11" vertex="1">
                    <mxGeometry y="30" width="140" height="30" as="geometry"/>
                </mxCell>
-                 <mxCell id="16" value="" style="endArrow=classic;html=1;rounded=0;entryX=0;entryY=0.5;entryDx=0;entryDy=0;" parent="1" target="_ETjs5SsKa_0tdBlZnar-47" edge="1">
+                 <mxCell id="16" value="" style="endArrow=classic;html=1;rounded=0;entryX=0;entryY=0.5;entryDx=0;entryDy=0;" parent="1" target="EdjyHUfcLkRTV670vATM-4" edge="1">
                    <mxGeometry width="50" height="50" relative="1" as="geometry">
                        <mxPoint x="-160" y="-1530" as="sourcePoint"/>
-                         <mxPoint x="159" y="-1330" as="targetPoint"/>
+                         <mxPoint x="50" y="-1255" as="targetPoint"/>
                        <Array as="points">
                            <mxPoint x="-160" y="-1255"/>
                        </Array>
                    </mxGeometry>
                </mxCell>
                <mxCell id="17" value="Ha" style="edgeLabel;html=1;align=center;verticalAlign=middle;resizable=0;points=[];" parent="16" vertex="1" connectable="0">
                    <mxGeometry x="0.0517" y="-2" relative="1" as="geometry">
                        <mxPoint x="-12" y="-2" as="offset"/>
                    </mxGeometry>
                </mxCell>
                <mxCell id="19" value="" style="endArrow=classic;html=1;rounded=0;entryX=0.106;entryY=1.063;entryDx=0;entryDy=0;entryPerimeter=0;" parent="1" edge="1">
                    <mxGeometry width="50" height="50" relative="1" as="geometry">
                        <mxPoint x="-159.84" y="-1490" as="sourcePoint"/>
                        <mxPoint x="-159.99999999999986" y="-1538.11" as="targetPoint"/>
                        <Array as="points"/>
                    </mxGeometry>
+                 </mxCell>
+                 <mxCell id="EdjyHUfcLkRTV670vATM-5" value="posto: string" style="text;strokeColor=none;fillColor=none;align=left;verticalAlign=middle;spacingLeft=4;spacingRight=4;overflow=hidden;points=[[0,0.5],[1,0.5]];portConstraint=eastwest;rotatable=0;whiteSpace=wrap;html=1;" parent="1" vertex="1">
+                     <mxGeometry x="-200" y="-1250" width="80" height="30" as="geometry"/>
+                 </mxCell>
+                 <mxCell id="_ETjs5SsKa_0tdBlZnar-47" value="extra: Enum(&#39;posto largo&#39;, &#39;+ bagaglio&#39;) (o altro)" style="text;strokeColor=none;fillColor=none;align=left;verticalAlign=middle;spacingLeft=4;spacingRight=4;overflow=hidden;points=[[0,0.5],[1,0.5]];portConstraint=eastwest;rotatable=0;whiteSpace=wrap;html=1;" parent="1" vertex="1">
+                     <mxGeometry x="-260" y="-1220" width="260" height="30" as="geometry"/>
+                 </mxCell>
+                 <mxCell id="21" value="quantità: int" style="text;strokeColor=none;fillColor=none;align=left;verticalAlign=middle;spacingLeft=4;spacingRight=4;overflow=hidden;points=[[0,0.5],[1,0.5]];portConstraint=eastwest;rotatable=0;whiteSpace=wrap;html=1;" vertex="1" parent="1">
+                     <mxGeometry x="109" y="-1240" width="260" height="30" as="geometry"/>
+                 </mxCell>
+                 <mxCell id="22" value="model, Rows, Letters" style="text;strokeColor=none;fillColor=none;align=left;verticalAlign=middle;spacingLeft=4;spacingRight=4;overflow=hidden;points=[[0,0.5],[1,0.5]];portConstraint=eastwest;rotatable=0;whiteSpace=wrap;html=1;" vertex="1" parent="1">
+                     <mxGeometry x="729" y="-1100" width="140" height="30" as="geometry"/>
                </mxCell>
            </root>
        </mxGraphModel>
    </diagram>
</mxfile>